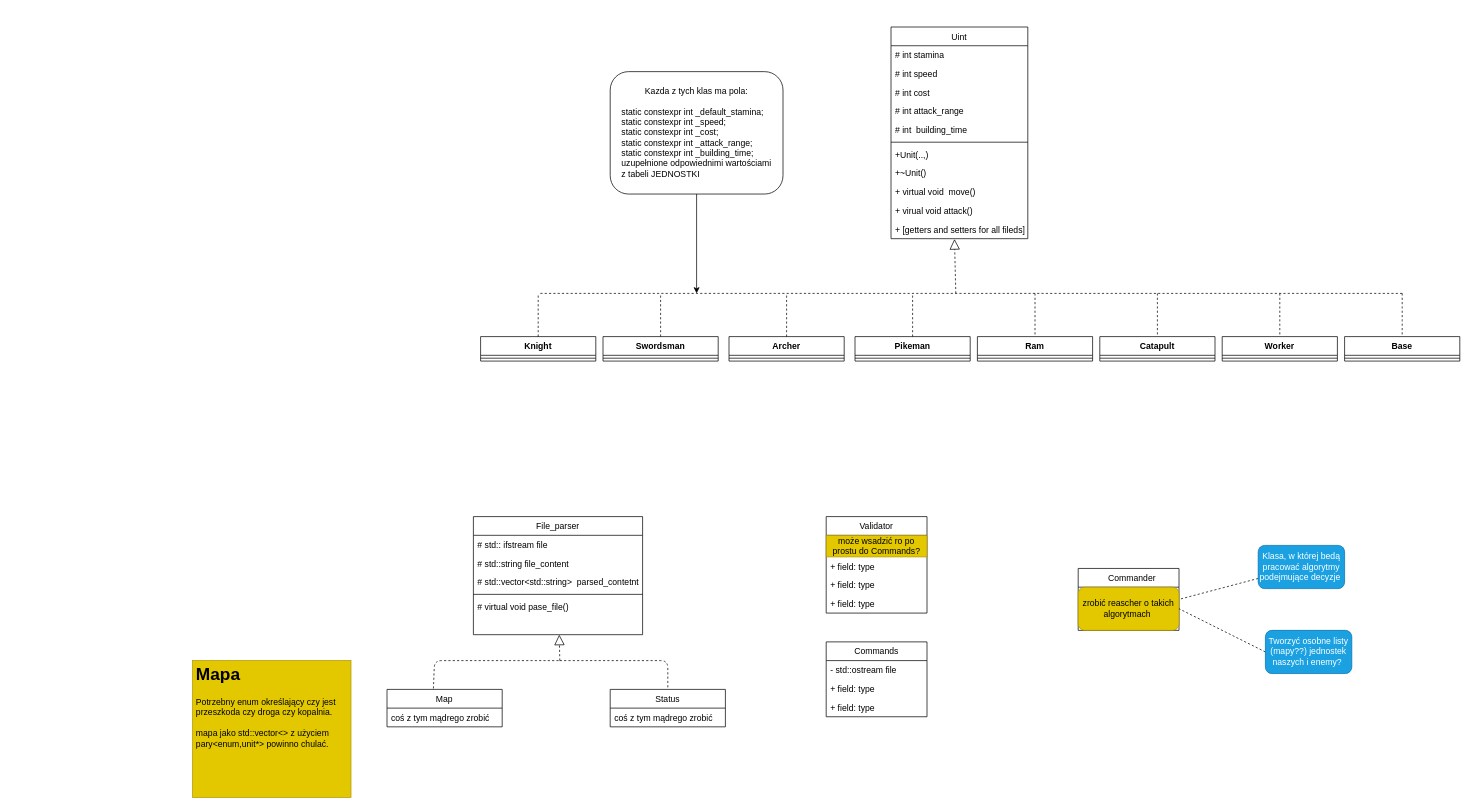
PartyKusZ/board_game keeps this draw.io diagram as diagram/diagram.drawio. Above is the earlier version. Source tidied: cells renumbered, new cells numbered last; positions are measured from the earlier drawing's top-left corner, leaving out a move shared by most shapes. Both pictures are drawn from the tidied source at 72%, with x=0, y=0 at pixel (192, 27).
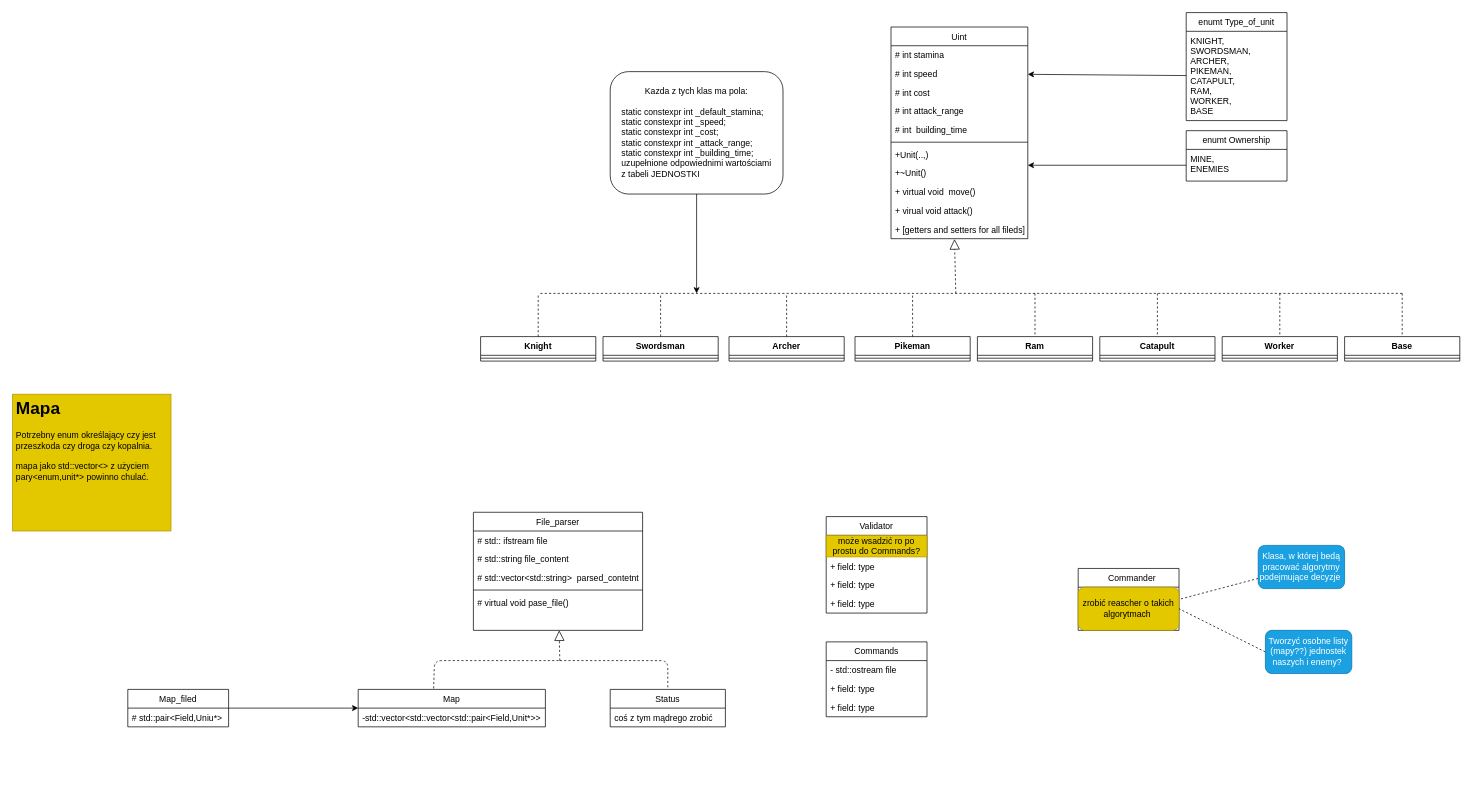
The same diagram, later.

Commit message:
zmiany w diagramie

The change refers to these unchanged cells:
```xml
<mxCell id="4" value="# int speed" style="text;strokeColor=none;fillColor=none;align=left;verticalAlign=top;spacingLeft=4;spacingRight=4;overflow=hidden;points=[[0,0.5],[1,0.5]];portConstraint=eastwest;" parent="2" vertex="1">
  <mxGeometry y="52" width="190" height="26" as="geometry" />
</mxCell>
<mxCell id="10" value="+~Unit()" style="text;strokeColor=none;fillColor=none;align=left;verticalAlign=top;spacingLeft=4;spacingRight=4;overflow=hidden;points=[[0,0.5],[1,0.5]];portConstraint=eastwest;" parent="2" vertex="1">
  <mxGeometry y="190" width="190" height="26" as="geometry" />
</mxCell>
```

Diff of the diagram source:
```diff
@@
     <mxCell id="30" value="Map" style="swimlane;fontStyle=0;horizontal=1;startSize=26;fillColor=none;strokeColor=default;" parent="1" vertex="1">
-      <mxGeometry x="270" y="920" width="160" height="52" as="geometry" />
+      <mxGeometry x="230" y="920" width="260" height="52" as="geometry" />
     </mxCell>
-    <mxCell id="31" value="coś z tym mądrego zrobić" style="text;strokeColor=none;fillColor=none;align=left;verticalAlign=top;spacingLeft=4;spacingRight=4;overflow=hidden;" parent="30" vertex="1">
-      <mxGeometry y="26" width="160" height="26" as="geometry" />
+    <mxCell id="31" value="-std::vector&lt;std::vector&lt;std::pair&lt;Field,Unit*&gt;&gt;" style="text;strokeColor=none;fillColor=none;align=left;verticalAlign=top;spacingLeft=4;spacingRight=4;overflow=hidden;" parent="30" vertex="1">
+      <mxGeometry y="26" width="260" height="26" as="geometry" />
     </mxCell>
@@
     <mxCell id="38" value="File_parser" style="swimlane;fontStyle=0;horizontal=1;startSize=26;fillColor=none;strokeColor=default;" parent="1" vertex="1">
-      <mxGeometry x="390" y="680" width="235" height="164" as="geometry" />
+      <mxGeometry x="390" y="674" width="235" height="164" as="geometry" />
     </mxCell>
@@
     <mxCell id="58" value="&lt;h1&gt;Mapa&lt;/h1&gt;&lt;div&gt;Potrzebny enum określający czy jest przeszkoda czy droga czy kopalnia.&lt;/div&gt;&lt;div&gt;&lt;br&gt;&lt;/div&gt;&lt;div&gt;mapa jako std::vector&amp;lt;&amp;gt; z użyciem pary&amp;lt;enum,unit*&amp;gt; powinno chulać.&lt;/div&gt;" style="text;html=1;strokeColor=#B09500;fillColor=#e3c800;spacing=5;spacingTop=-20;whiteSpace=wrap;overflow=hidden;rounded=0;fontColor=#000000;" parent="1" vertex="1">
-      <mxGeometry y="880" width="220" height="190" as="geometry" />
+      <mxGeometry x="-250" y="510" width="220" height="190" as="geometry" />
     </mxCell>
@@
+    <mxCell id="74" value="enumt Type_of_unit" style="swimlane;fontStyle=0;horizontal=1;startSize=26;fillColor=none;" parent="1" vertex="1">
+      <mxGeometry x="1380" y="-20" width="140" height="150" as="geometry" />
+    </mxCell>
+    <mxCell id="75" value="KNIGHT,&#10;SWORDSMAN,&#10;ARCHER,&#10;PIKEMAN,&#10;CATAPULT,&#10;RAM,&#10;WORKER,&#10;BASE" style="text;strokeColor=none;fillColor=none;align=left;verticalAlign=top;spacingLeft=4;spacingRight=4;overflow=hidden;points=[[0,0.5],[1,0.5]];portConstraint=eastwest;" parent="74" vertex="1">
+      <mxGeometry y="26" width="140" height="124" as="geometry" />
+    </mxCell>
+    <mxCell id="76" style="edgeStyle=none;html=1;" parent="1" edge="1" source="75" target="4">
+      <mxGeometry relative="1" as="geometry" />
+    </mxCell>
+    <mxCell id="77" value="enumt Ownership" style="swimlane;fontStyle=0;horizontal=1;startSize=26;fillColor=none;" parent="1" vertex="1">
+      <mxGeometry x="1380" y="144" width="140" height="70" as="geometry" />
+    </mxCell>
+    <mxCell id="78" value="MINE,&#10;ENEMIES" style="text;strokeColor=none;fillColor=none;align=left;verticalAlign=top;spacingLeft=4;spacingRight=4;overflow=hidden;points=[[0,0.5],[1,0.5]];portConstraint=eastwest;" parent="77" vertex="1">
+      <mxGeometry y="26" width="140" height="44" as="geometry" />
+    </mxCell>
+    <mxCell id="79" style="edgeStyle=none;html=1;exitX=0;exitY=0.5;exitDx=0;exitDy=0;entryX=1;entryY=0.077;entryDx=0;entryDy=0;entryPerimeter=0;" parent="1" edge="1" source="78" target="10">
+      <mxGeometry relative="1" as="geometry" />
+    </mxCell>
+    <mxCell id="80" style="edgeStyle=none;html=1;exitX=1;exitY=0.5;exitDx=0;exitDy=0;" parent="1" edge="1" source="81" target="30">
+      <mxGeometry relative="1" as="geometry" />
+    </mxCell>
+    <mxCell id="81" value="Map_filed" style="swimlane;fontStyle=0;horizontal=1;startSize=26;fillColor=none;" parent="1" vertex="1">
+      <mxGeometry x="-90" y="920" width="140" height="52" as="geometry" />
+    </mxCell>
+    <mxCell id="82" value="# std::pair&lt;Field,Uniu*&gt;" style="text;strokeColor=none;fillColor=none;align=left;verticalAlign=top;spacingLeft=4;spacingRight=4;overflow=hidden;" parent="81" vertex="1">
+      <mxGeometry y="26" width="140" height="26" as="geometry" />
+    </mxCell>
```
